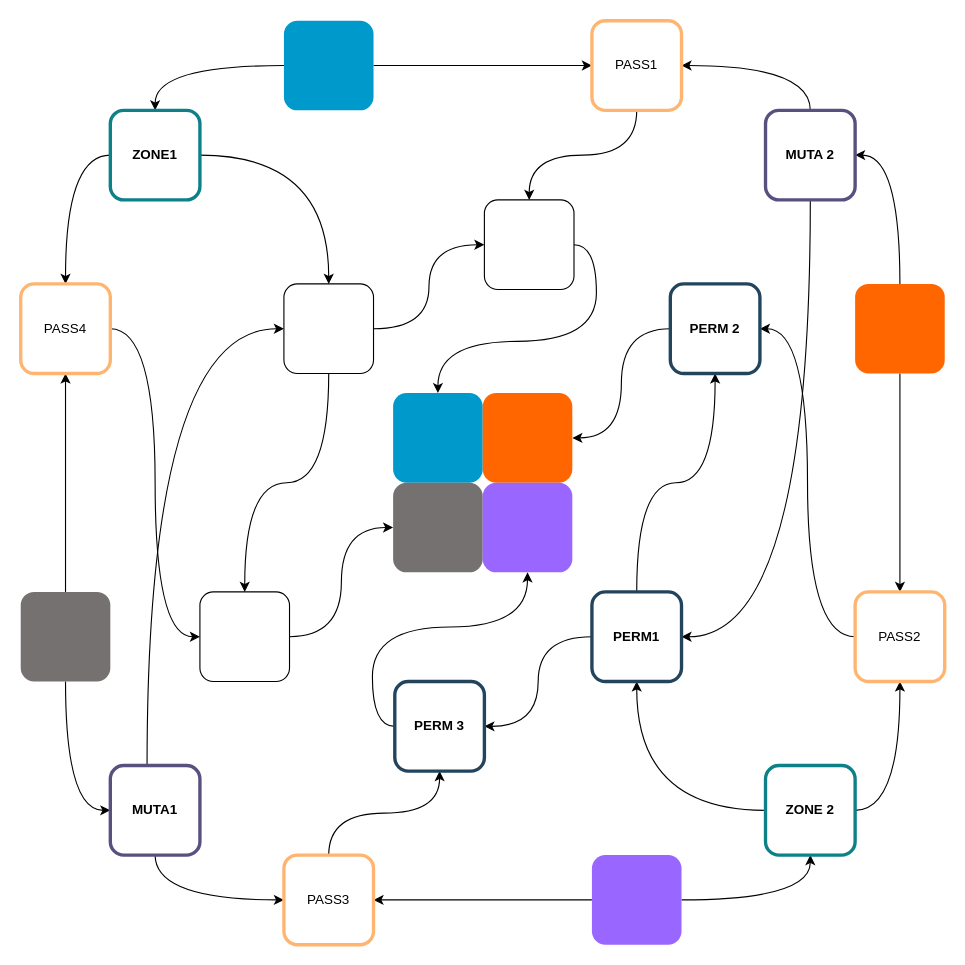
Before: Circle_v5.drawio in eldritch-bender/OPMech, a draw.io diagram. Source tidied: cells renumbered, new cells numbered last; positions are measured from the earlier drawing's top-left corner, leaving out a move shared by most shapes. Both pictures are drawn from the tidied source at 112%, with x=0, y=0 at pixel (20, 20).
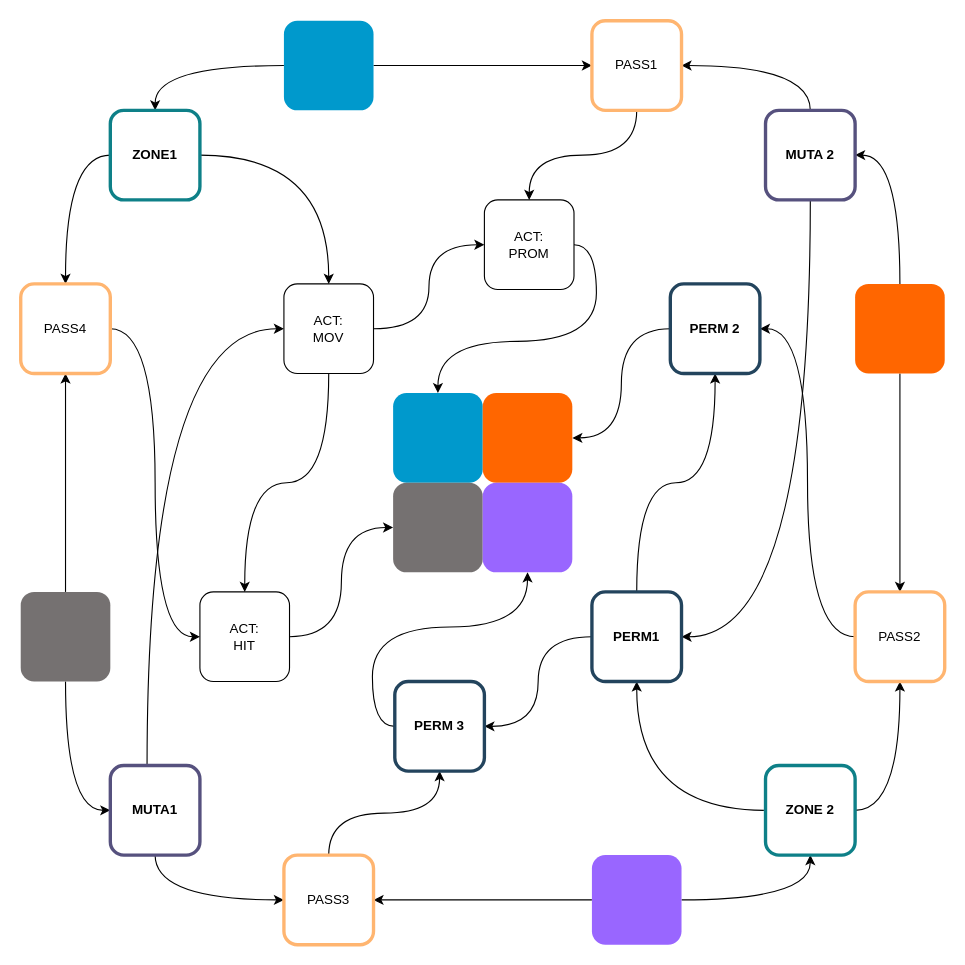
The same page after the edit.

Diff of the diagram source:
```diff
@@
-    <mxCell id="37" style="whiteSpace=wrap;html=1;rounded=1;strokeWidth=1;" parent="1" vertex="1">
+    <mxCell id="37" value="ACT:&lt;br&gt;MOV" style="whiteSpace=wrap;html=1;rounded=1;strokeWidth=1;" parent="1" vertex="1">
       <mxGeometry x="235" y="235" width="80" height="80" as="geometry" />
     </mxCell>
@@
-    <mxCell id="43" style="whiteSpace=wrap;html=1;rounded=1;strokeWidth=1;fillColor=none;strokeColor=#000000;" parent="1" vertex="1">
+    <mxCell id="43" value="ACT:&lt;br&gt;PROM" style="whiteSpace=wrap;html=1;rounded=1;strokeWidth=1;fillColor=none;strokeColor=#000000;" parent="1" vertex="1">
       <mxGeometry x="414" y="160" width="80" height="80" as="geometry" />
     </mxCell>
@@
-    <mxCell id="47" style="whiteSpace=wrap;html=1;rounded=1;strokeWidth=1;fillColor=none;strokeColor=#000000;" parent="1" vertex="1">
+    <mxCell id="47" value="ACT:&lt;br&gt;HIT" style="whiteSpace=wrap;html=1;rounded=1;strokeWidth=1;fillColor=none;strokeColor=#000000;" parent="1" vertex="1">
       <mxGeometry x="160" y="510" width="80" height="80" as="geometry" />
     </mxCell>
```
